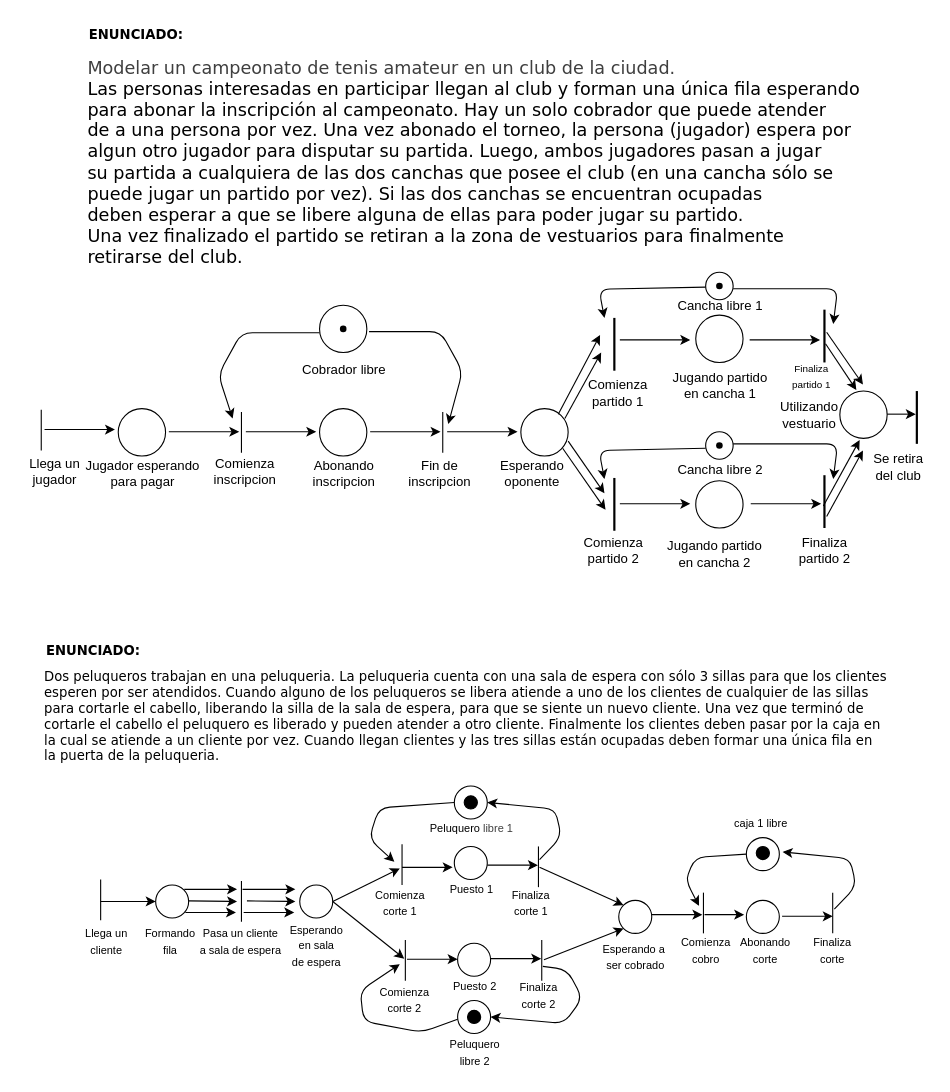
dazayamil/ingenieria-software-1-unlp keeps this draw.io diagram as practicas/respuestas_tp5.drawio. Above is the earlier version. Source tidied: cells renumbered, new cells numbered last; positions are measured from the earlier drawing's top-left corner, leaving out a move shared by most shapes. Both pictures are drawn from the tidied source at 110%, with x=0, y=0 at pixel (19, 19).
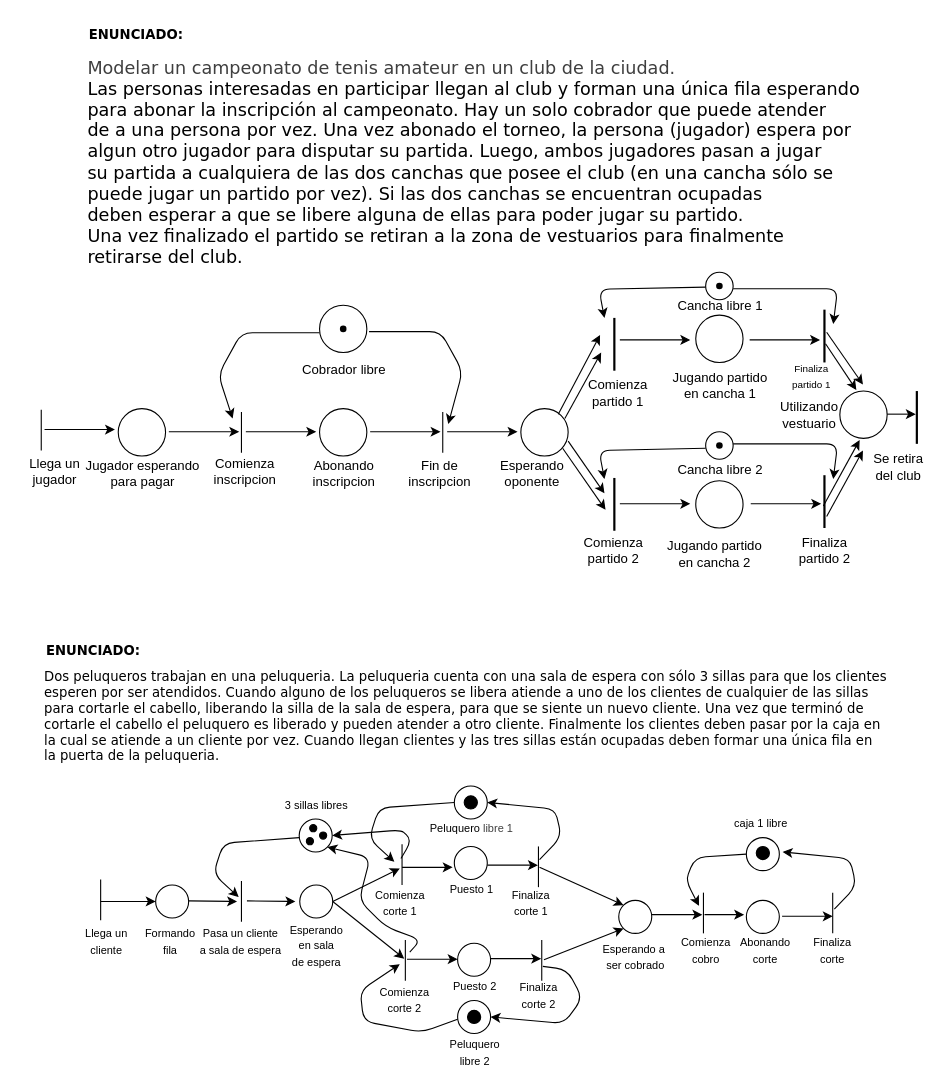
The same diagram, later.

Commit message:
Redes de petri, ejercicio peluqueria V2

Change to the diagram source:
```diff
@@
-    <mxCell id="72" style="endArrow=classic;html=1;" parent="1" edge="1">
-      <mxGeometry relative="1" as="geometry">
-        <mxPoint x="150" y="791" as="sourcePoint" />
-        <mxPoint x="198" y="791" as="targetPoint" />
-      </mxGeometry>
-    </mxCell>
@@
-    <mxCell id="74" style="endArrow=classic;html=1;" parent="1" edge="1">
-      <mxGeometry relative="1" as="geometry">
-        <mxPoint x="151" y="812" as="sourcePoint" />
-        <mxPoint x="197" y="812" as="targetPoint" />
-      </mxGeometry>
-    </mxCell>
@@
-    <mxCell id="76" style="endArrow=classic;html=1;" parent="1" edge="1">
-      <mxGeometry relative="1" as="geometry">
-        <mxPoint x="203" y="791" as="sourcePoint" />
-        <mxPoint x="251" y="791" as="targetPoint" />
-      </mxGeometry>
-    </mxCell>
@@
-    <mxCell id="78" style="endArrow=classic;html=1;" parent="1" edge="1">
-      <mxGeometry relative="1" as="geometry">
-        <mxPoint x="204" y="812" as="sourcePoint" />
-        <mxPoint x="250" y="812" as="targetPoint" />
-      </mxGeometry>
-    </mxCell>
@@
+    <mxCell id="128" style="ellipse;whiteSpace=wrap;html=1;" parent="1" vertex="1">
+      <mxGeometry x="254.5" y="727" width="30" height="30" as="geometry" />
+    </mxCell>
+    <mxCell id="129" style="ellipse;whiteSpace=wrap;html=1;fillColor=#000000;" parent="1" vertex="1">
+      <mxGeometry x="264" y="732.2" width="6.5" height="6.5" as="geometry" />
+    </mxCell>
+    <mxCell id="130" style="ellipse;whiteSpace=wrap;html=1;fillColor=#000000;" parent="1" vertex="1">
+      <mxGeometry x="273" y="738.8" width="6.5" height="6.5" as="geometry" />
+    </mxCell>
+    <mxCell id="131" style="ellipse;whiteSpace=wrap;html=1;fillColor=#000000;" parent="1" vertex="1">
+      <mxGeometry x="261" y="744" width="6.5" height="6.5" as="geometry" />
+    </mxCell>
+    <mxCell id="132" style="endArrow=classic;html=1;exitX=0;exitY=0.5;exitDx=0;exitDy=0;" parent="1" edge="1">
+      <mxGeometry relative="1" as="geometry">
+        <mxPoint x="254.5" y="744" as="sourcePoint" />
+        <mxPoint x="199.5" y="798" as="targetPoint" />
+        <Array as="points">
+          <mxPoint x="185.5" y="749" />
+          <mxPoint x="176.5" y="777" />
+        </Array>
+      </mxGeometry>
+    </mxCell>
+    <mxCell id="133" style="endArrow=classic;html=1;entryX=1;entryY=0.5;entryDx=0;entryDy=0;" parent="1" edge="1" target="128">
+      <mxGeometry relative="1" as="geometry">
+        <mxPoint x="347" y="763" as="sourcePoint" />
+        <Array as="points">
+          <mxPoint x="357" y="746" />
+          <mxPoint x="347" y="737" />
+        </Array>
+      </mxGeometry>
+    </mxCell>
+    <mxCell id="134" style="endArrow=classic;html=1;entryX=1;entryY=1;entryDx=0;entryDy=0;" parent="1" edge="1" target="128">
+      <mxGeometry relative="1" as="geometry">
+        <mxPoint x="355" y="848" as="sourcePoint" />
+        <Array as="points">
+          <mxPoint x="365" y="837" />
+          <mxPoint x="333" y="825" />
+          <mxPoint x="309" y="801" />
+          <mxPoint x="319" y="762" />
+        </Array>
+      </mxGeometry>
+    </mxCell>
+    <mxCell id="135" value="&lt;span style=&quot;font-size: 10px;&quot;&gt;3 sillas libres&lt;/span&gt;" style="text;html=1;align=center;verticalAlign=middle;strokeColor=none;fillColor=none;" parent="1" vertex="1">
+      <mxGeometry x="232.5" y="701" width="75" height="26" as="geometry" />
+    </mxCell>
```
